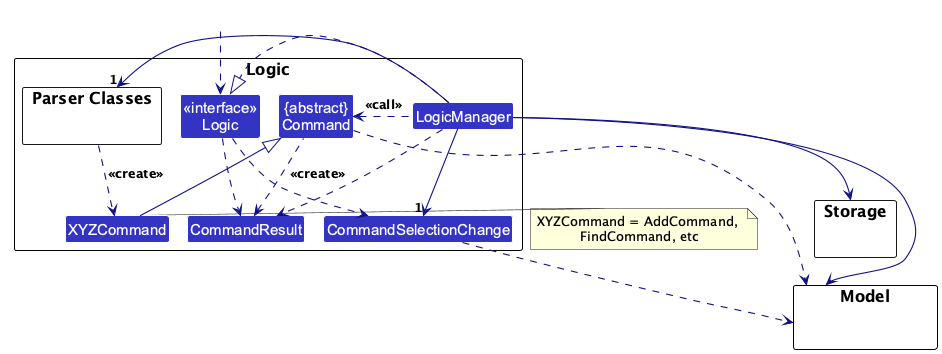
Before: docs/images/LogicClassDiagram.png, a diagram exported from PlantUML (AY2627S1-CS2103T-F11-1/tp).
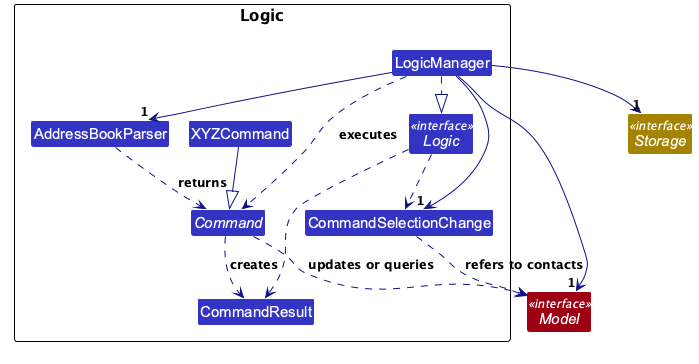
The same file after the commit.

The edit, as a diff of the source:
```diff
@@ -1,52 +1,33 @@
 @startuml
+!include style.puml
 !pragma layout smetana
-!include style.puml
-skinparam arrowThickness 1.1
 skinparam arrowColor LOGIC_COLOR_T4
 skinparam classBackgroundColor LOGIC_COLOR
 
 package Logic as LogicPackage {
+interface Logic <<interface>>
+class LogicManager
+class AddressBookParser
+abstract class Command
+class XYZCommand
+class CommandResult
+class CommandSelectionChange
+}
+interface Model <<interface>> MODEL_COLOR
+interface Storage <<interface>> STORAGE_COLOR
 
-package "Parser Classes" as ParserClasses{
-}
-Class XYZCommand
-Class CommandResult
-Class CommandSelectionChange
-Class "{abstract}\nCommand" as Command
+LogicManager ..|> Logic
+LogicManager --> "1" AddressBookParser
+AddressBookParser ..> Command : returns
+XYZCommand --|> Command
+LogicManager ..> Command : executes
+Command ..> Model : updates or queries
+Command ..> CommandResult : creates
+LogicManager --> "1" Model
+LogicManager --> "1" Storage
+LogicManager --> "1" CommandSelectionChange
+CommandSelectionChange ..> Model : refers to contacts
+Logic ..> CommandResult
+Logic ..> CommandSelectionChange
 
-
-Class "<<interface>>\nLogic" as Logic
-Class LogicManager
-}
-
-package Model {
-Class HiddenModel #FFFFFF
-}
-
-package Storage {
-}
-
-Class HiddenOutside #FFFFFF
-HiddenOutside ..> Logic
-
-LogicManager .right.|> Logic
-LogicManager -right->"1" ParserClasses
-ParserClasses ..> XYZCommand : <<create>>
-
-XYZCommand -up-|> Command
-LogicManager .left.> Command : <<call>>
-
-LogicManager --> Model
-LogicManager --> Storage
-Storage --[hidden] Model
-Command .[hidden]up.> Storage
-Command .right.> Model
-note right of XYZCommand: XYZCommand = AddCommand, \nFindCommand, etc
-
-Logic ..> CommandResult
-LogicManager .down.> CommandResult
-Logic ..> CommandSelectionChange
-LogicManager --> "1" CommandSelectionChange
-CommandSelectionChange ..> Model
-Command .up.> CommandResult : <<create>>
 @enduml
```
